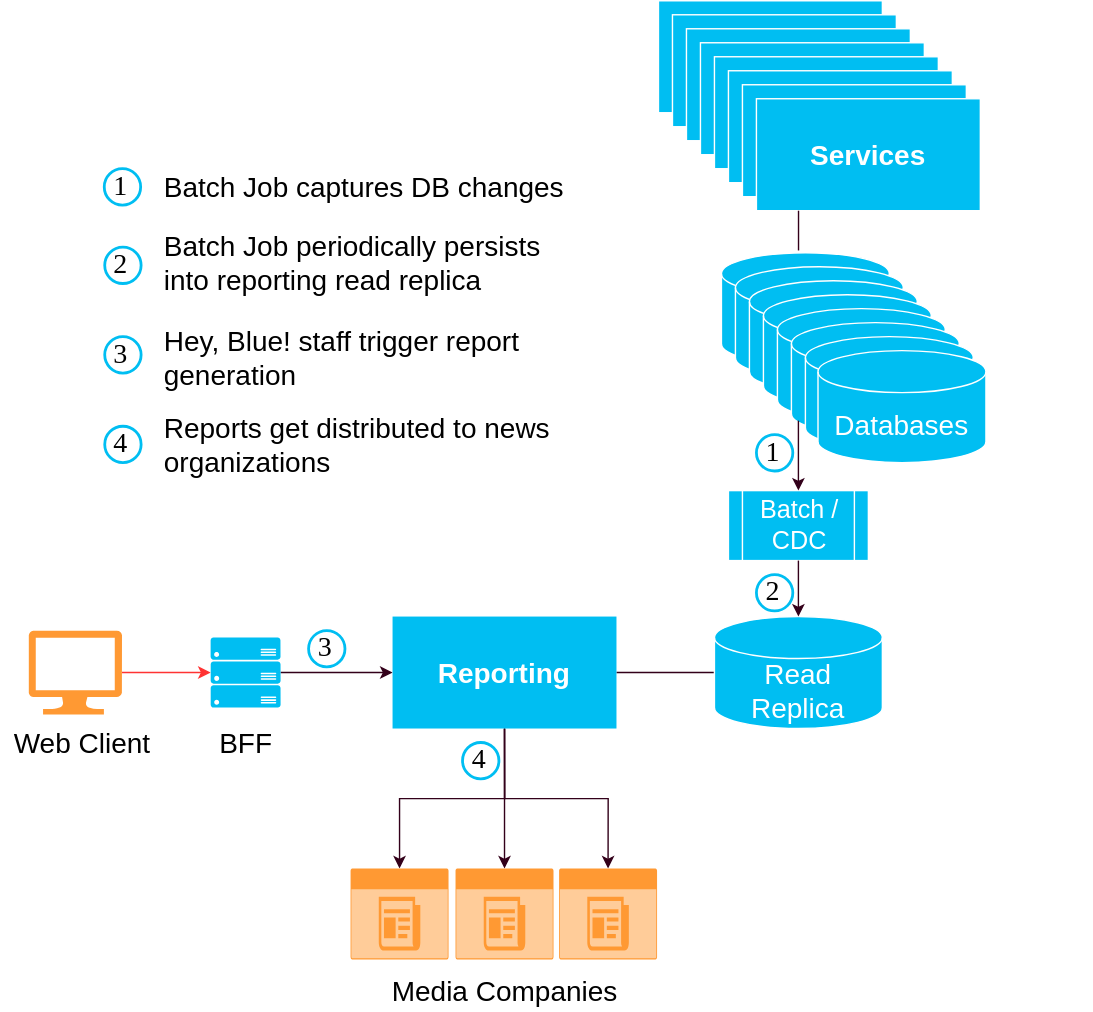
iptch/2022-fall-architectural-katas keeps this draw.io diagram as domain/resources/hey-blue-report.drawio.svg. Above is the earlier version. Source tidied: cells renumbered, new cells last; positions are measured from the earlier drawing's top-left corner, leaving out a move shared by most shapes.
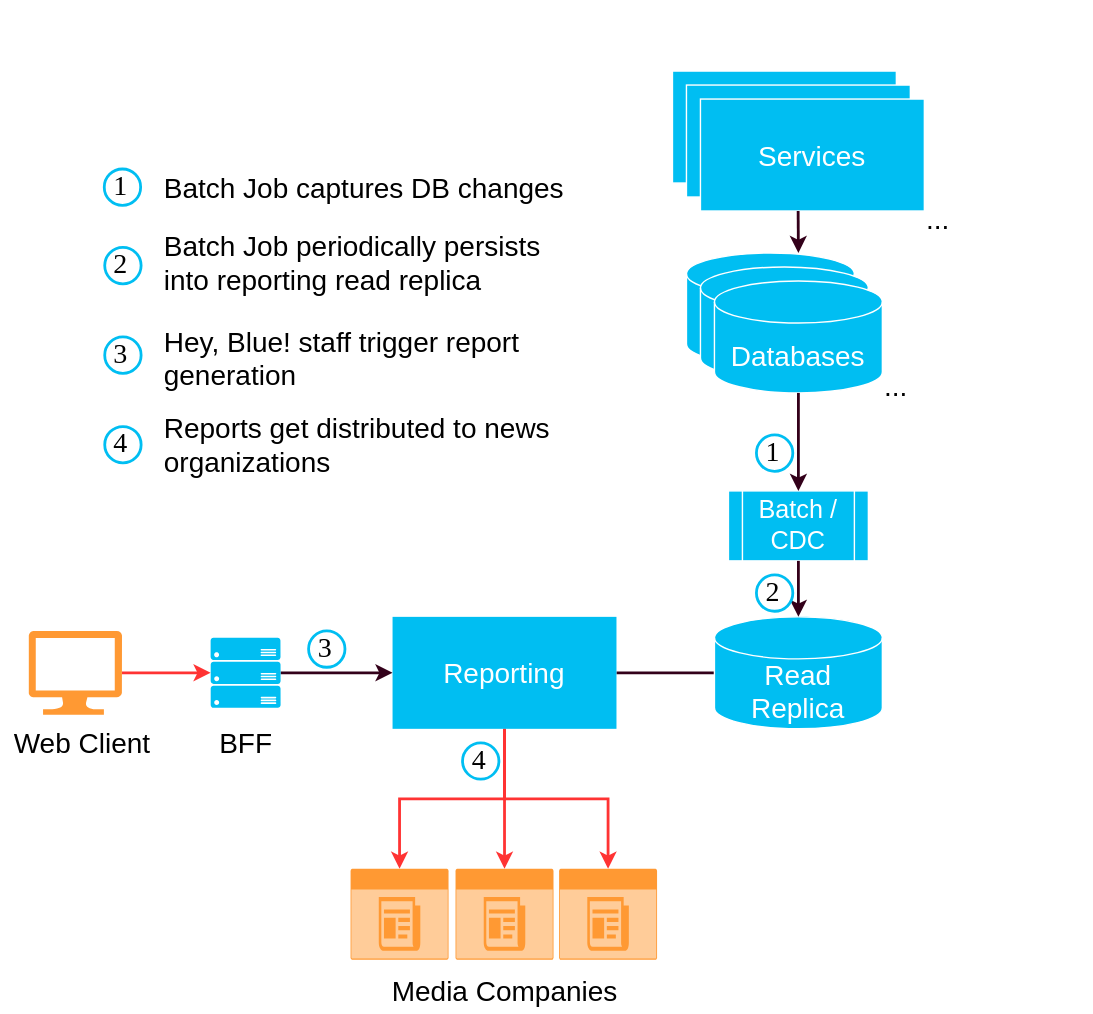
After the change.

Change to the diagram source:
```diff
@@ -2,31 +2,31 @@
   <root>
     <mxCell id="0" />
     <mxCell id="1" parent="0" />
-    <mxCell id="2" style="edgeStyle=orthogonalEdgeStyle;rounded=0;jettySize=auto;html=1;exitX=1;exitY=0.5;exitDx=0;exitDy=0;exitPerimeter=0;entryX=0;entryY=0.5;entryDx=0;entryDy=0;entryPerimeter=0;fontSize=18;fontColor=#00BEF2;strokeColor=#FF3333;" parent="1" edge="1" source="3" target="5">
+    <mxCell id="2" style="edgeStyle=orthogonalEdgeStyle;rounded=0;jettySize=auto;html=1;exitX=1;exitY=0.5;exitDx=0;exitDy=0;exitPerimeter=0;entryX=0;entryY=0.5;entryDx=0;entryDy=0;entryPerimeter=0;fontSize=18;fontColor=#00BEF2;strokeColor=#FF3333;strokeWidth=2;" parent="1" edge="1" source="3" target="5">
       <mxGeometry relative="1" as="geometry" />
     </mxCell>
     <mxCell id="3" style="verticalLabelPosition=bottom;html=1;verticalAlign=top;align=center;strokeColor=none;fillColor=#FF9933;shape=mxgraph.azure.computer;fontSize=20;fontColor=default;" parent="1" vertex="1">
       <mxGeometry x="20" y="450" width="66.7" height="60" as="geometry" />
     </mxCell>
-    <mxCell id="4" style="edgeStyle=orthogonalEdgeStyle;rounded=0;jettySize=auto;html=1;exitX=1;exitY=0.5;exitDx=0;exitDy=0;exitPerimeter=0;strokeColor=#33001A;fontSize=18;fontColor=#33001A;" parent="1" edge="1" source="5" target="10">
+    <mxCell id="4" style="edgeStyle=orthogonalEdgeStyle;rounded=0;jettySize=auto;html=1;exitX=1;exitY=0.5;exitDx=0;exitDy=0;exitPerimeter=0;strokeColor=#33001A;fontSize=18;fontColor=#33001A;strokeWidth=2;" parent="1" edge="1" source="5" target="10">
       <mxGeometry relative="1" as="geometry" />
     </mxCell>
     <mxCell id="5" style="verticalLabelPosition=bottom;html=1;verticalAlign=top;align=center;strokeColor=none;fillColor=#00BEF2;shape=mxgraph.azure.server_rack;fontSize=20;fontColor=default;" parent="1" vertex="1">
       <mxGeometry x="150" y="455" width="50" height="50" as="geometry" />
     </mxCell>
-    <mxCell id="6" style="edgeStyle=orthogonalEdgeStyle;rounded=0;jettySize=auto;html=1;exitX=1;exitY=0.5;exitDx=0;exitDy=0;entryX=0;entryY=0.5;entryDx=0;entryDy=0;entryPerimeter=0;strokeColor=#33001A;fontSize=18;fontColor=#33001A;endArrow=none;endFill=0;" parent="1" edge="1" source="10" target="13">
+    <mxCell id="6" style="edgeStyle=orthogonalEdgeStyle;rounded=0;jettySize=auto;html=1;exitX=1;exitY=0.5;exitDx=0;exitDy=0;entryX=0;entryY=0.5;entryDx=0;entryDy=0;entryPerimeter=0;strokeColor=#33001A;fontSize=18;fontColor=#33001A;endArrow=none;endFill=0;strokeWidth=2;" parent="1" edge="1" source="10" target="13">
       <mxGeometry relative="1" as="geometry" />
     </mxCell>
-    <mxCell id="7" style="edgeStyle=orthogonalEdgeStyle;rounded=0;jettySize=auto;html=1;exitX=0.5;exitY=1;exitDx=0;exitDy=0;entryX=0.5;entryY=0;entryDx=0;entryDy=0;entryPerimeter=0;strokeColor=#33001A;fontSize=18;fontColor=#33001A;endArrow=classic;endFill=1;" parent="1" edge="1" source="10" target="43">
+    <mxCell id="7" style="edgeStyle=orthogonalEdgeStyle;rounded=0;jettySize=auto;html=1;exitX=0.5;exitY=1;exitDx=0;exitDy=0;entryX=0.5;entryY=0;entryDx=0;entryDy=0;entryPerimeter=0;strokeColor=#FF3333;fontSize=18;fontColor=#33001A;endArrow=classic;endFill=1;strokeWidth=2;" parent="1" edge="1" source="10" target="43">
       <mxGeometry relative="1" as="geometry" />
     </mxCell>
-    <mxCell id="8" style="edgeStyle=orthogonalEdgeStyle;rounded=0;jettySize=auto;html=1;exitX=0.5;exitY=1;exitDx=0;exitDy=0;entryX=0.5;entryY=0;entryDx=0;entryDy=0;entryPerimeter=0;strokeColor=#33001A;fontSize=18;fontColor=#33001A;endArrow=classic;endFill=1;" parent="1" edge="1" source="10" target="45">
+    <mxCell id="8" style="edgeStyle=orthogonalEdgeStyle;rounded=0;jettySize=auto;html=1;exitX=0.5;exitY=1;exitDx=0;exitDy=0;entryX=0.5;entryY=0;entryDx=0;entryDy=0;entryPerimeter=0;strokeColor=#FF3333;fontSize=18;fontColor=#33001A;endArrow=classic;endFill=1;strokeWidth=2;" parent="1" edge="1" source="10" target="45">
       <mxGeometry relative="1" as="geometry" />
     </mxCell>
-    <mxCell id="9" style="edgeStyle=orthogonalEdgeStyle;rounded=0;jettySize=auto;html=1;exitX=0.5;exitY=1;exitDx=0;exitDy=0;entryX=0.5;entryY=0;entryDx=0;entryDy=0;entryPerimeter=0;strokeColor=#33001A;fontSize=18;fontColor=#33001A;endArrow=classic;endFill=1;" parent="1" edge="1" source="10" target="44">
+    <mxCell id="9" style="edgeStyle=orthogonalEdgeStyle;rounded=0;jettySize=auto;html=1;exitX=0.5;exitY=1;exitDx=0;exitDy=0;entryX=0.5;entryY=0;entryDx=0;entryDy=0;entryPerimeter=0;strokeColor=#FF3333;fontSize=18;fontColor=#33001A;endArrow=classic;endFill=1;strokeWidth=2;" parent="1" edge="1" source="10" target="44">
       <mxGeometry relative="1" as="geometry" />
     </mxCell>
-    <mxCell id="10" value="&lt;font style=&quot;font-size: 20px;&quot;&gt;Reporting&lt;/font&gt;" style="rounded=0;whiteSpace=wrap;html=1;strokeColor=none;fillColor=#00BEF2;fontSize=20;fontStyle=1;fontColor=#FFFFFF;" parent="1" vertex="1">
+    <mxCell id="10" value="&lt;font style=&quot;font-size: 20px;&quot;&gt;Reporting&lt;/font&gt;" style="rounded=0;whiteSpace=wrap;html=1;strokeColor=none;fillColor=#00BEF2;fontSize=20;fontStyle=0;fontColor=#FFFFFF;" parent="1" vertex="1">
       <mxGeometry x="280" y="440" width="160" height="80" as="geometry" />
     </mxCell>
     <mxCell id="11" style="group;" parent="1" vertex="1">
@@ -39,7 +39,7 @@
       <mxGeometry y="285" width="120" height="80" as="geometry" />
     </mxCell>
     <mxCell id="14" style="group;" parent="11" vertex="1">
-      <mxGeometry x="5" y="25" width="230" height="150" as="geometry" />
+      <mxGeometry x="-20" y="25" width="230" height="150" as="geometry" />
     </mxCell>
     <mxCell id="15" style="edgeStyle=orthogonalEdgeStyle;rounded=0;orthogonalLoop=1;jettySize=auto;html=1;exitX=1;exitY=0.5;exitDx=0;exitDy=0;exitPerimeter=0;strokeColor=#33001A;fontSize=18;fontColor=#33001A;endArrow=classic;endFill=1;" parent="14" edge="1">
       <mxGeometry relative="1" as="geometry">
@@ -53,61 +53,31 @@
     <mxCell id="17" style="shape=cylinder3;whiteSpace=wrap;html=1;boundedLbl=1;backgroundOutline=1;size=15;strokeColor=#FFFFFF;strokeWidth=1;fontSize=20;fillColor=#00BEF2;fontColor=#FFFFFF;" parent="14" vertex="1">
       <mxGeometry x="10" y="10" width="120" height="80" as="geometry" />
     </mxCell>
-    <mxCell id="18" style="shape=cylinder3;whiteSpace=wrap;html=1;boundedLbl=1;backgroundOutline=1;size=15;strokeColor=#FFFFFF;strokeWidth=1;fontSize=20;fillColor=#00BEF2;fontColor=#FFFFFF;" parent="14" vertex="1">
+    <mxCell id="18" value="Databases" style="shape=cylinder3;whiteSpace=wrap;html=1;boundedLbl=1;backgroundOutline=1;size=15;strokeColor=#FFFFFF;strokeWidth=1;fontSize=20;fillColor=#00BEF2;fontColor=#FFFFFF;" parent="14" vertex="1">
       <mxGeometry x="20" y="20" width="120" height="80" as="geometry" />
     </mxCell>
-    <mxCell id="19" style="shape=cylinder3;whiteSpace=wrap;html=1;boundedLbl=1;backgroundOutline=1;size=15;strokeColor=#FFFFFF;strokeWidth=1;fontSize=20;fillColor=#00BEF2;fontColor=#FFFFFF;" parent="14" vertex="1">
-      <mxGeometry x="30" y="30" width="120" height="80" as="geometry" />
-    </mxCell>
-    <mxCell id="20" style="shape=cylinder3;whiteSpace=wrap;html=1;boundedLbl=1;backgroundOutline=1;size=15;strokeColor=#FFFFFF;strokeWidth=1;fontSize=20;fillColor=#00BEF2;fontColor=#FFFFFF;" parent="14" vertex="1">
-      <mxGeometry x="40" y="40" width="120" height="80" as="geometry" />
-    </mxCell>
-    <mxCell id="21" style="shape=cylinder3;whiteSpace=wrap;html=1;boundedLbl=1;backgroundOutline=1;size=15;strokeColor=#FFFFFF;strokeWidth=1;fontSize=20;fillColor=#00BEF2;fontColor=#FFFFFF;" parent="14" vertex="1">
-      <mxGeometry x="50" y="50" width="120" height="80" as="geometry" />
-    </mxCell>
-    <mxCell id="22" style="shape=cylinder3;whiteSpace=wrap;html=1;boundedLbl=1;backgroundOutline=1;size=15;strokeColor=#FFFFFF;strokeWidth=1;fontSize=20;fillColor=#00BEF2;fontColor=#FFFFFF;" parent="14" vertex="1">
-      <mxGeometry x="60" y="60" width="120" height="80" as="geometry" />
-    </mxCell>
-    <mxCell id="23" value="Databases" style="shape=cylinder3;whiteSpace=wrap;html=1;boundedLbl=1;backgroundOutline=1;size=15;strokeColor=#FFFFFF;strokeWidth=1;fontSize=20;fillColor=#00BEF2;fontColor=#FFFFFF;" parent="14" vertex="1">
-      <mxGeometry x="69" y="70" width="120" height="80" as="geometry" />
-    </mxCell>
     <mxCell id="24" style="group;" parent="14" vertex="1">
-      <mxGeometry x="-45" y="-180" width="230" height="150" as="geometry" />
+      <mxGeometry x="-30" y="-180" width="230" height="150" as="geometry" />
     </mxCell>
     <mxCell id="25" style="rounded=0;whiteSpace=wrap;html=1;strokeColor=#FFFFFF;fillColor=#00BEF2;fontSize=20;fontStyle=1;fontColor=#FFFFFF;" parent="24" vertex="1">
-      <mxGeometry width="160" height="80" as="geometry" />
+      <mxGeometry x="20" y="50" width="160" height="80" as="geometry" />
     </mxCell>
     <mxCell id="26" style="rounded=0;whiteSpace=wrap;html=1;strokeColor=#FFFFFF;fillColor=#00BEF2;fontSize=20;fontStyle=1;fontColor=#FFFFFF;" parent="24" vertex="1">
-      <mxGeometry x="10" y="10" width="160" height="80" as="geometry" />
+      <mxGeometry x="30" y="60" width="160" height="80" as="geometry" />
     </mxCell>
-    <mxCell id="27" style="rounded=0;whiteSpace=wrap;html=1;strokeColor=#FFFFFF;fillColor=#00BEF2;fontSize=20;fontStyle=1;fontColor=#FFFFFF;" parent="24" vertex="1">
-      <mxGeometry x="20" y="20" width="160" height="80" as="geometry" />
+    <mxCell id="27" value="&lt;span style=&quot;font-weight: normal;&quot;&gt;Services&lt;/span&gt;" style="rounded=0;whiteSpace=wrap;html=1;strokeColor=#FFFFFF;fillColor=#00BEF2;fontSize=20;fontStyle=1;fontColor=#FFFFFF;" parent="24" vertex="1">
+      <mxGeometry x="40" y="70" width="160" height="80" as="geometry" />
     </mxCell>
-    <mxCell id="28" style="rounded=0;whiteSpace=wrap;html=1;strokeColor=#FFFFFF;fillColor=#00BEF2;fontSize=20;fontStyle=1;fontColor=#FFFFFF;" parent="24" vertex="1">
-      <mxGeometry x="30" y="30" width="160" height="80" as="geometry" />
-    </mxCell>
-    <mxCell id="29" style="rounded=0;whiteSpace=wrap;html=1;strokeColor=#FFFFFF;fillColor=#00BEF2;fontSize=20;fontStyle=1;fontColor=#FFFFFF;" parent="24" vertex="1">
-      <mxGeometry x="40" y="40" width="160" height="80" as="geometry" />
-    </mxCell>
-    <mxCell id="30" style="rounded=0;whiteSpace=wrap;html=1;strokeColor=#FFFFFF;fillColor=#00BEF2;fontSize=20;fontStyle=1;fontColor=#FFFFFF;" parent="24" vertex="1">
-      <mxGeometry x="50" y="50" width="160" height="80" as="geometry" />
-    </mxCell>
-    <mxCell id="31" style="rounded=0;whiteSpace=wrap;html=1;strokeColor=#FFFFFF;fillColor=#00BEF2;fontSize=20;fontStyle=1;fontColor=#FFFFFF;" parent="24" vertex="1">
-      <mxGeometry x="60" y="60" width="160" height="80" as="geometry" />
-    </mxCell>
-    <mxCell id="32" value="Services" style="rounded=0;whiteSpace=wrap;html=1;strokeColor=#FFFFFF;fillColor=#00BEF2;fontSize=20;fontStyle=1;fontColor=#FFFFFF;" parent="24" vertex="1">
-      <mxGeometry x="70" y="70" width="160" height="80" as="geometry" />
-    </mxCell>
-    <mxCell id="33" style="endArrow=none;html=1;rounded=0;strokeColor=#33001A;fontSize=18;fontColor=#33001A;exitX=0.188;exitY=1;exitDx=0;exitDy=0;exitPerimeter=0;entryX=0.459;entryY=-0.02;entryDx=0;entryDy=0;entryPerimeter=0;endFill=0;" parent="14" edge="1" source="32" target="16">
-      <mxGeometry relative="1" as="geometry" />
-    </mxCell>
+    <mxCell id="54" value="..." style="text;html=1;strokeColor=none;fillColor=none;align=center;verticalAlign=middle;whiteSpace=wrap;rounded=0;labelBackgroundColor=none;strokeWidth=2;fontSize=20;fontColor=#000000;" parent="14" vertex="1">
+      <mxGeometry x="120" y="80" width="60" height="30" as="geometry" />
+    </mxCell>
-    <mxCell id="34" style="endArrow=classic;html=1;rounded=0;strokeColor=#33001A;fontSize=18;fontColor=#33001A;" parent="11" edge="1">
+    <mxCell id="34" style="endArrow=classic;html=1;rounded=0;strokeColor=#33001A;fontSize=18;fontColor=#33001A;strokeWidth=2;" parent="11" edge="1">
       <mxGeometry relative="1" as="geometry">
-        <mxPoint x="60" y="145" as="sourcePoint" />
+        <mxPoint x="60" y="125" as="sourcePoint" />
         <mxPoint x="60" y="195" as="targetPoint" />
       </mxGeometry>
     </mxCell>
-    <mxCell id="35" style="endArrow=classic;html=1;rounded=0;strokeColor=#33001A;fontSize=18;fontColor=#33001A;" parent="11" edge="1">
+    <mxCell id="35" style="endArrow=classic;html=1;rounded=0;strokeColor=#33001A;fontSize=18;fontColor=#33001A;strokeWidth=2;" parent="11" edge="1">
       <mxGeometry relative="1" as="geometry">
         <mxPoint x="60" y="245" as="sourcePoint" />
         <mxPoint x="60" y="285" as="targetPoint" />
@@ -119,6 +89,15 @@
     <mxCell id="37" value="2" style="ellipse;whiteSpace=wrap;html=1;strokeWidth=2;fontFamily=Tahoma;spacingBottom=4;spacingRight=2;strokeColor=#00BEF2;labelBackgroundColor=none;fontSize=20;fontColor=#000000;fillColor=default;fontStyle=0;align=center;" parent="11" vertex="1">
       <mxGeometry x="30" y="255" width="26" height="26" as="geometry" />
     </mxCell>
+    <mxCell id="55" style="endArrow=classic;html=1;rounded=0;strokeColor=#33001A;fontSize=18;fontColor=#33001A;strokeWidth=2;" parent="11" edge="1">
+      <mxGeometry relative="1" as="geometry">
+        <mxPoint x="59.8" y="-5" as="sourcePoint" />
+        <mxPoint x="60" y="25" as="targetPoint" />
+      </mxGeometry>
+    </mxCell>
+    <mxCell id="56" value="..." style="text;html=1;strokeColor=none;fillColor=none;align=center;verticalAlign=middle;whiteSpace=wrap;rounded=0;labelBackgroundColor=none;strokeWidth=2;fontSize=20;fontColor=#000000;" parent="11" vertex="1">
+      <mxGeometry x="130" y="-15" width="60" height="30" as="geometry" />
+    </mxCell>
     <mxCell id="38" value="1" style="ellipse;whiteSpace=wrap;html=1;strokeWidth=2;fontFamily=Tahoma;spacingBottom=4;spacingRight=2;strokeColor=#00BEF2;labelBackgroundColor=none;fontSize=20;fontColor=#000000;fillColor=default;fontStyle=0;" parent="1" vertex="1">
       <mxGeometry x="74" y="120" width="26" height="26" as="geometry" />
     </mxCell>
```
